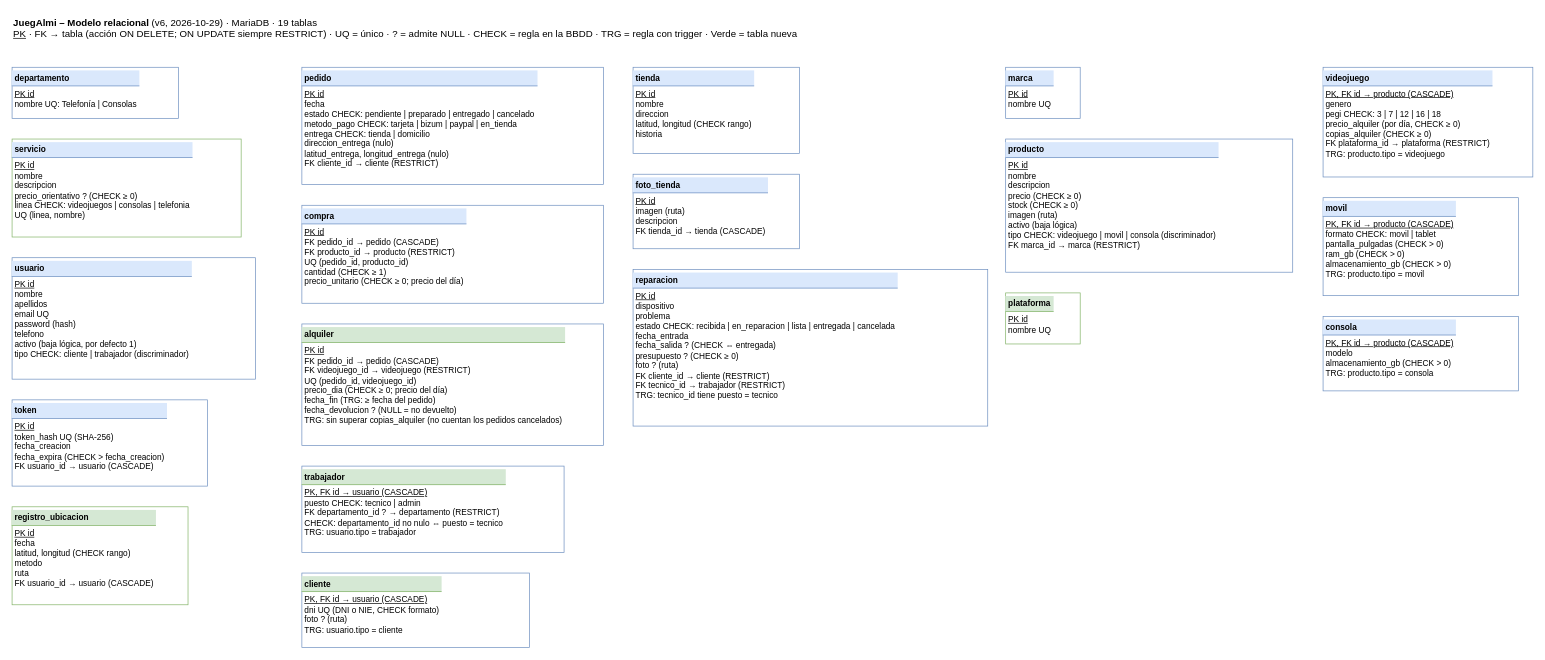
This is page "Modelo relacional" (2 of 2) of docs/datos/er-juegalmi.drawio from landerdam-lab/JuegalmiDam2, a draw.io file, before an edit. Source tidied: cells renumbered, new cells numbered last; positions are measured from the earlier drawing's top-left corner, leaving out a move shared by most shapes. Both pictures are drawn from the tidied source at 69%, with x=0, y=0 at pixel (12, 12).
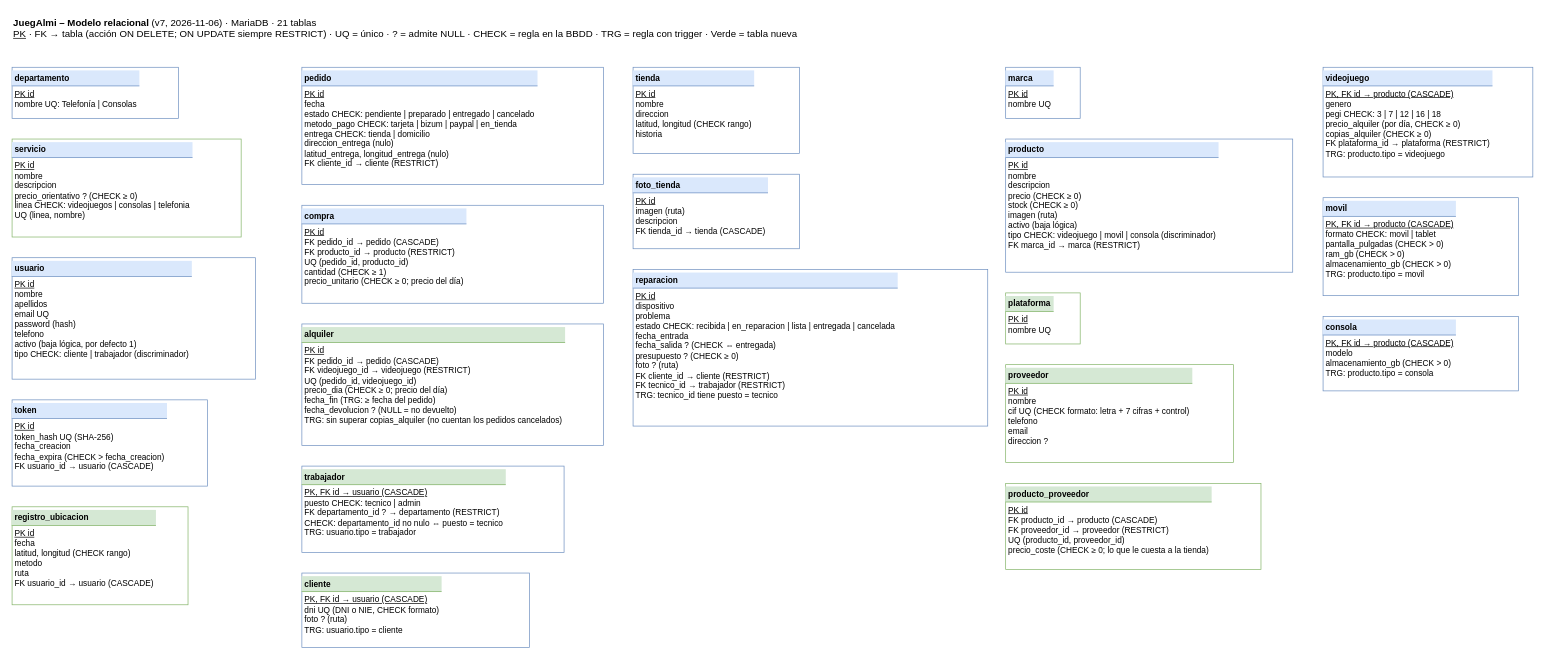
The same page after the edit.

Change to the diagram source:
```diff
@@
-    <mxCell id="2" value="&lt;b&gt;JuegAlmi – Modelo relacional&lt;/b&gt; (v6, 2026-10-29) · MariaDB · 19 tablas&lt;br&gt;&lt;u&gt;PK&lt;/u&gt; · FK → tabla (acción ON DELETE; ON UPDATE siempre RESTRICT) · UQ = único · ? = admite NULL · CHECK = regla en la BBDD · TRG = regla con trigger · Verde = tabla nueva" style="text;html=1;align=left;verticalAlign=top;fontSize=14;" parent="1" vertex="1">
+    <mxCell id="2" value="&lt;b&gt;JuegAlmi – Modelo relacional&lt;/b&gt; (v7, 2026-11-06) · MariaDB · 21 tablas&lt;br&gt;&lt;u&gt;PK&lt;/u&gt; · FK → tabla (acción ON DELETE; ON UPDATE siempre RESTRICT) · UQ = único · ? = admite NULL · CHECK = regla en la BBDD · TRG = regla con trigger · Verde = tabla nueva" style="text;html=1;align=left;verticalAlign=top;fontSize=14;" parent="1" vertex="1">
       <mxGeometry width="1700" height="50" as="geometry" />
     </mxCell>
@@
+    <mxCell id="22" value="&lt;div style='background:#d5e8d4;padding:4px;font-weight:bold;border-bottom:1px solid #82b366'&gt;proveedor&lt;/div&gt;&lt;div style='padding:4px'&gt;&lt;u&gt;PK id&lt;/u&gt;&lt;br&gt;nombre&lt;br&gt;cif UQ (CHECK formato: letra + 7 cifras + control)&lt;br&gt;telefono&lt;br&gt;email&lt;br&gt;direccion ?&lt;/div&gt;" style="rounded=0;whiteSpace=wrap;html=1;align=left;verticalAlign=top;spacing=0;fontSize=12;strokeColor=#82b366;" parent="1" vertex="1">
+      <mxGeometry x="1440" y="511" width="330" height="142" as="geometry" />
+    </mxCell>
+    <mxCell id="23" value="&lt;div style='background:#d5e8d4;padding:4px;font-weight:bold;border-bottom:1px solid #82b366'&gt;producto_proveedor&lt;/div&gt;&lt;div style='padding:4px'&gt;&lt;u&gt;PK id&lt;/u&gt;&lt;br&gt;FK producto_id → producto (CASCADE)&lt;br&gt;FK proveedor_id → proveedor (RESTRICT)&lt;br&gt;UQ (producto_id, proveedor_id)&lt;br&gt;precio_coste (CHECK ≥ 0; lo que le cuesta a la tienda)&lt;/div&gt;" style="rounded=0;whiteSpace=wrap;html=1;align=left;verticalAlign=top;spacing=0;fontSize=12;strokeColor=#82b366;" parent="1" vertex="1">
+      <mxGeometry x="1440" y="683" width="370" height="125" as="geometry" />
+    </mxCell>
```
